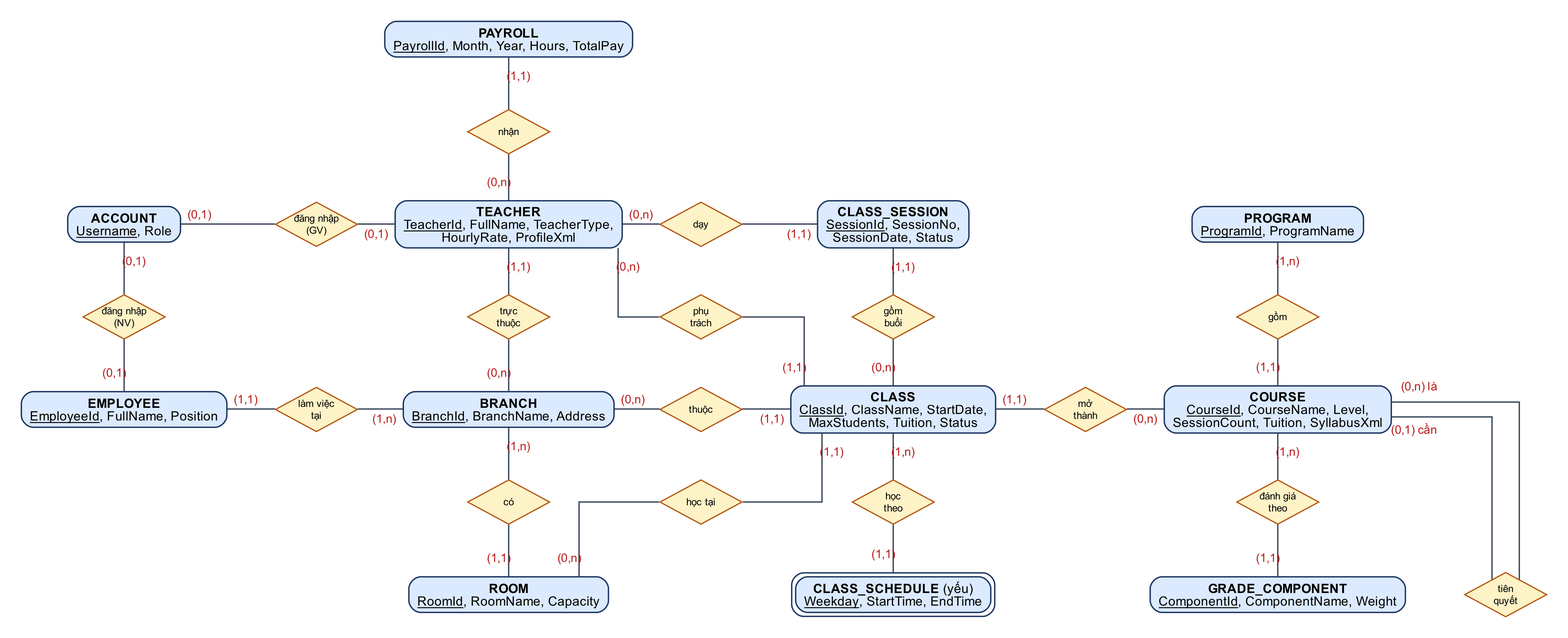
nhutruong-uit/imcp keeps this Graphviz diagram as docs/report/images/diagrams/erd_1_organization_training.png. Above is the earlier version. Its source is kept beside it as docs/report/diagrams/erd_1_organization_training.dot. The source it was exported from:
```dot
graph ERD1 {
  graph [layout=neato, splines=ortho, fontname="Arial", pad=0.3, dpi=220, outputorder=edgesfirst];
  node  [fontname="Arial", fontsize=13, pin=true];
  edge  [fontname="Arial", fontsize=12, color="#334155", penwidth=1.3, labelfontcolor="#B91C1C", labelfontsize=12,
         labeldistance=2.1, labelangle=28];

  node [shape=box, style="filled,rounded", fillcolor="#DBEAFE", color="#1F3864", penwidth=1.4, margin="0.12,0.06"];
  PAYROLL [pos="5.4,7.8!", label=<<B>PAYROLL</B><BR/><U>PayrollId</U>, Month, Year, Hours, TotalPay>];
  ACCOUNT [pos="0,5.2!", label=<<B>ACCOUNT</B><BR/><U>Username</U>, Role>];
  TEACHER [pos="5.4,5.2!", label=<<B>TEACHER</B><BR/><U>TeacherId</U>, FullName, TeacherType,<BR/>HourlyRate, ProfileXml>];
  CLASS_SESSION [pos="10.8,5.2!", label=<<B>CLASS_SESSION</B><BR/><U>SessionId</U>, SessionNo,<BR/>SessionDate, Status>];
  PROGRAM [pos="16.2,5.2!", label=<<B>PROGRAM</B><BR/><U>ProgramId</U>, ProgramName>];
  EMPLOYEE [pos="0,2.6!", label=<<B>EMPLOYEE</B><BR/><U>EmployeeId</U>, FullName, Position>];
  BRANCH [pos="5.4,2.6!", label=<<B>BRANCH</B><BR/><U>BranchId</U>, BranchName, Address>];
  CLASS [pos="10.8,2.6!", label=<<B>CLASS</B><BR/><U>ClassId</U>, ClassName, StartDate,<BR/>MaxStudents, Tuition, Status>];
  COURSE [pos="16.2,2.6!", label=<<B>COURSE</B><BR/><U>CourseId</U>, CourseName, Level,<BR/>SessionCount, Tuition, SyllabusXml>];
  ROOM [pos="5.4,0!", label=<<B>ROOM</B><BR/><U>RoomId</U>, RoomName, Capacity>];
  CLASS_SCHEDULE [pos="10.8,0!", label=<<B>CLASS_SCHEDULE</B> (yếu)<BR/><U>Weekday</U>, StartTime, EndTime>, peripheries=2];
  GRADE_COMPONENT [pos="16.2,0!", label=<<B>GRADE_COMPONENT</B><BR/><U>ComponentId</U>, ComponentName, Weight>];

  node [shape=diamond, style=filled, fillcolor="#FEF3C7", color="#B45309", penwidth=1.2, fontsize=10, width=1.15, height=0.62, margin=0];
  r_luong [pos="5.4,6.5!", label="nhận"];
  r_tkGV [pos="2.7,5.2!", label="đăng nhập\n(GV)"];
  r_day [pos="8.1,5.2!", label="dạy"];
  r_tkNV [pos="0,3.9!", label="đăng nhập\n(NV)"];
  r_ql [pos="5.4,3.9!", label="trực\nthuộc"];
  r_pt [pos="8.1,3.9!", label="phụ\ntrách"];
  r_gom2 [pos="10.8,3.9!", label="gồm\nbuổi"];
  r_gom [pos="16.2,3.9!", label="gồm"];
  r_tuyen [pos="2.7,2.6!", label="làm việc\ntại"];
  r_cn [pos="8.1,2.6!", label="thuộc"];
  r_mo [pos="13.5,2.6!", label="mở\nthành"];
  r_tq [pos="19.4,0!", label="tiên\nquyết"];
  r_co [pos="5.4,1.3!", label="có"];
  r_ph [pos="8.1,1.3!", label="học tại"];
  r_lich [pos="10.8,1.3!", label="học\ntheo"];
  r_dg [pos="16.2,1.3!", label="đánh giá\ntheo"];

  TEACHER -- r_luong [taillabel="(0,n)"]; r_luong -- PAYROLL [headlabel="(1,1)"];
  ACCOUNT -- r_tkGV [taillabel="(0,1)"]; r_tkGV -- TEACHER [headlabel="(0,1)"];
  TEACHER -- r_day [taillabel="(0,n)"]; r_day -- CLASS_SESSION [headlabel="(1,1)"];
  ACCOUNT -- r_tkNV [taillabel="(0,1)"]; r_tkNV -- EMPLOYEE [headlabel="(0,1)"];
  TEACHER -- r_ql [taillabel="(1,1)"]; r_ql -- BRANCH [headlabel="(0,n)"];
  TEACHER -- r_pt [taillabel="(0,n)"]; r_pt -- CLASS [headlabel="(1,1)"];
  CLASS -- r_gom2 [taillabel="(0,n)"]; r_gom2 -- CLASS_SESSION [headlabel="(1,1)"];
  PROGRAM -- r_gom [taillabel="(1,n)"]; r_gom -- COURSE [headlabel="(1,1)"];
  EMPLOYEE -- r_tuyen [taillabel="(1,1)"]; r_tuyen -- BRANCH [headlabel="(1,n)"];
  CLASS -- r_cn [taillabel="(1,1)"]; r_cn -- BRANCH [headlabel="(0,n)"];
  COURSE -- r_mo [taillabel="(0,n)"]; r_mo -- CLASS [headlabel="(1,1)"];
  COURSE -- r_tq [taillabel="(0,1) cần", labelangle=-30, labeldistance=2.6]; r_tq -- COURSE [headlabel="(0,n) là", labelangle=30, labeldistance=3.2];
  BRANCH -- r_co [taillabel="(1,n)"]; r_co -- ROOM [headlabel="(1,1)"];
  CLASS -- r_ph [taillabel="(1,1)"]; r_ph -- ROOM [headlabel="(0,n)"];
  CLASS -- r_lich [taillabel="(1,n)"]; r_lich -- CLASS_SCHEDULE [headlabel="(1,1)"];
  COURSE -- r_dg [taillabel="(1,n)"]; r_dg -- GRADE_COMPONENT [headlabel="(1,1)"];
}
```
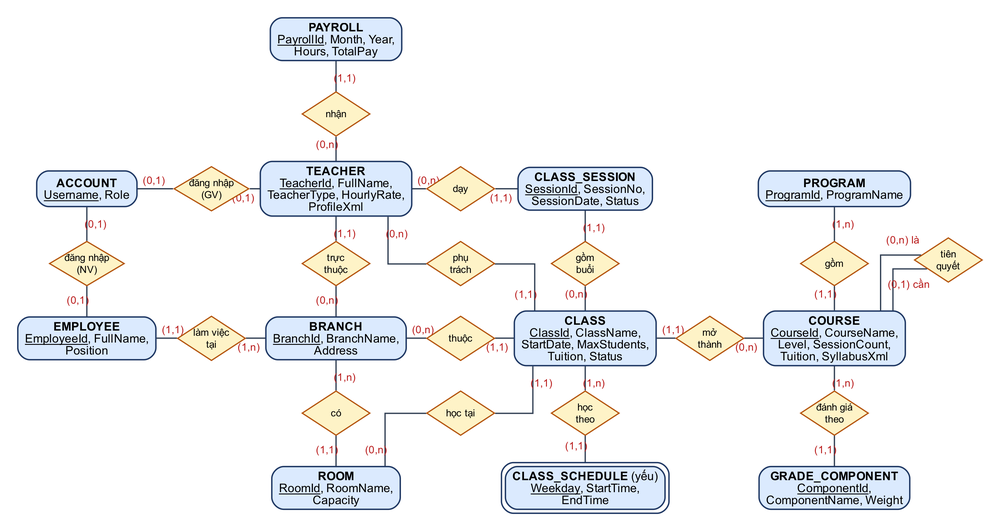
After the change.

Change to the diagram source:
```diff
@@ -1,40 +1,40 @@
 graph ERD1 {
-  graph [layout=neato, splines=ortho, fontname="Arial", pad=0.3, dpi=220, outputorder=edgesfirst];
-  node  [fontname="Arial", fontsize=13, pin=true];
-  edge  [fontname="Arial", fontsize=12, color="#334155", penwidth=1.3, labelfontcolor="#B91C1C", labelfontsize=12,
-         labeldistance=2.1, labelangle=28];
+  graph [layout=neato, splines=ortho, fontname="Arial", pad=0.25, dpi=220, outputorder=edgesfirst];
+  node  [fontname="Arial", fontsize=12, pin=true];
+  edge  [fontname="Arial", fontsize=10.5, color="#334155", penwidth=1.3, labelfontcolor="#B91C1C", labelfontsize=10.5,
+         labeldistance=1.9, labelangle=28];
 
-  node [shape=box, style="filled,rounded", fillcolor="#DBEAFE", color="#1F3864", penwidth=1.4, margin="0.12,0.06"];
-  PAYROLL [pos="5.4,7.8!", label=<<B>PAYROLL</B><BR/><U>PayrollId</U>, Month, Year, Hours, TotalPay>];
-  ACCOUNT [pos="0,5.2!", label=<<B>ACCOUNT</B><BR/><U>Username</U>, Role>];
-  TEACHER [pos="5.4,5.2!", label=<<B>TEACHER</B><BR/><U>TeacherId</U>, FullName, TeacherType,<BR/>HourlyRate, ProfileXml>];
-  CLASS_SESSION [pos="10.8,5.2!", label=<<B>CLASS_SESSION</B><BR/><U>SessionId</U>, SessionNo,<BR/>SessionDate, Status>];
-  PROGRAM [pos="16.2,5.2!", label=<<B>PROGRAM</B><BR/><U>ProgramId</U>, ProgramName>];
-  EMPLOYEE [pos="0,2.6!", label=<<B>EMPLOYEE</B><BR/><U>EmployeeId</U>, FullName, Position>];
-  BRANCH [pos="5.4,2.6!", label=<<B>BRANCH</B><BR/><U>BranchId</U>, BranchName, Address>];
-  CLASS [pos="10.8,2.6!", label=<<B>CLASS</B><BR/><U>ClassId</U>, ClassName, StartDate,<BR/>MaxStudents, Tuition, Status>];
-  COURSE [pos="16.2,2.6!", label=<<B>COURSE</B><BR/><U>CourseId</U>, CourseName, Level,<BR/>SessionCount, Tuition, SyllabusXml>];
-  ROOM [pos="5.4,0!", label=<<B>ROOM</B><BR/><U>RoomId</U>, RoomName, Capacity>];
-  CLASS_SCHEDULE [pos="10.8,0!", label=<<B>CLASS_SCHEDULE</B> (yếu)<BR/><U>Weekday</U>, StartTime, EndTime>, peripheries=2];
-  GRADE_COMPONENT [pos="16.2,0!", label=<<B>GRADE_COMPONENT</B><BR/><U>ComponentId</U>, ComponentName, Weight>];
+  node [shape=box, style="filled,rounded", fillcolor="#DBEAFE", color="#1F3864", penwidth=1.4, margin="0.1,0.05"];
+  PAYROLL [pos="3.5,6.3!", label=<<B>PAYROLL</B><BR/><U>PayrollId</U>, Month, Year,<BR/>Hours, TotalPay>];
+  ACCOUNT [pos="0,4.2!", label=<<B>ACCOUNT</B><BR/><U>Username</U>, Role>];
+  TEACHER [pos="3.5,4.2!", label=<<B>TEACHER</B><BR/><U>TeacherId</U>, FullName,<BR/>TeacherType, HourlyRate,<BR/>ProfileXml>];
+  CLASS_SESSION [pos="7,4.2!", label=<<B>CLASS_SESSION</B><BR/><U>SessionId</U>, SessionNo,<BR/>SessionDate, Status>];
+  PROGRAM [pos="10.5,4.2!", label=<<B>PROGRAM</B><BR/><U>ProgramId</U>, ProgramName>];
+  EMPLOYEE [pos="0,2.1!", label=<<B>EMPLOYEE</B><BR/><U>EmployeeId</U>, FullName,<BR/>Position>];
+  BRANCH [pos="3.5,2.1!", label=<<B>BRANCH</B><BR/><U>BranchId</U>, BranchName,<BR/>Address>];
+  CLASS [pos="7,2.1!", label=<<B>CLASS</B><BR/><U>ClassId</U>, ClassName,<BR/>StartDate, MaxStudents,<BR/>Tuition, Status>];
+  COURSE [pos="10.5,2.1!", label=<<B>COURSE</B><BR/><U>CourseId</U>, CourseName,<BR/>Level, SessionCount,<BR/>Tuition, SyllabusXml>];
+  ROOM [pos="3.5,0!", label=<<B>ROOM</B><BR/><U>RoomId</U>, RoomName,<BR/>Capacity>];
+  CLASS_SCHEDULE [pos="7,0!", label=<<B>CLASS_SCHEDULE</B> (yếu)<BR/><U>Weekday</U>, StartTime,<BR/>EndTime>, peripheries=2];
+  GRADE_COMPONENT [pos="10.5,0!", label=<<B>GRADE_COMPONENT</B><BR/><U>ComponentId</U>,<BR/>ComponentName, Weight>];
 
-  node [shape=diamond, style=filled, fillcolor="#FEF3C7", color="#B45309", penwidth=1.2, fontsize=10, width=1.15, height=0.62, margin=0];
-  r_luong [pos="5.4,6.5!", label="nhận"];
-  r_tkGV [pos="2.7,5.2!", label="đăng nhập\n(GV)"];
-  r_day [pos="8.1,5.2!", label="dạy"];
-  r_tkNV [pos="0,3.9!", label="đăng nhập\n(NV)"];
-  r_ql [pos="5.4,3.9!", label="trực\nthuộc"];
-  r_pt [pos="8.1,3.9!", label="phụ\ntrách"];
-  r_gom2 [pos="10.8,3.9!", label="gồm\nbuổi"];
-  r_gom [pos="16.2,3.9!", label="gồm"];
-  r_tuyen [pos="2.7,2.6!", label="làm việc\ntại"];
-  r_cn [pos="8.1,2.6!", label="thuộc"];
-  r_mo [pos="13.5,2.6!", label="mở\nthành"];
-  r_tq [pos="19.4,0!", label="tiên\nquyết"];
-  r_co [pos="5.4,1.3!", label="có"];
-  r_ph [pos="8.1,1.3!", label="học tại"];
-  r_lich [pos="10.8,1.3!", label="học\ntheo"];
-  r_dg [pos="16.2,1.3!", label="đánh giá\ntheo"];
+  node [shape=diamond, style=filled, fillcolor="#FEF3C7", color="#B45309", penwidth=1.2, fontsize=10, width=0.95, height=0.62, margin=0];
+  r_luong [pos="3.5,5.25!", label="nhận"];
+  r_tkGV [pos="1.75,4.2!", label="đăng nhập\n(GV)"];
+  r_day [pos="5.25,4.2!", label="dạy"];
+  r_tkNV [pos="0,3.15!", label="đăng nhập\n(NV)"];
+  r_ql [pos="3.5,3.15!", label="trực\nthuộc"];
+  r_pt [pos="5.25,3.15!", label="phụ\ntrách"];
+  r_gom2 [pos="7,3.15!", label="gồm\nbuổi"];
+  r_gom [pos="10.5,3.15!", label="gồm"];
+  r_tuyen [pos="1.75,2.1!", label="làm việc\ntại"];
+  r_cn [pos="5.25,2.1!", label="thuộc"];
+  r_mo [pos="8.75,2.1!", label="mở\nthành"];
+  r_tq [pos="12.1,3.2!", label="tiên\nquyết"];
+  r_co [pos="3.5,1.05!", label="có"];
+  r_ph [pos="5.25,1.05!", label="học tại"];
+  r_lich [pos="7,1.05!", label="học\ntheo"];
+  r_dg [pos="10.5,1.05!", label="đánh giá\ntheo"];
 
   TEACHER -- r_luong [taillabel="(0,n)"]; r_luong -- PAYROLL [headlabel="(1,1)"];
   ACCOUNT -- r_tkGV [taillabel="(0,1)"]; r_tkGV -- TEACHER [headlabel="(0,1)"];
@@ -47,7 +47,7 @@
   EMPLOYEE -- r_tuyen [taillabel="(1,1)"]; r_tuyen -- BRANCH [headlabel="(1,n)"];
   CLASS -- r_cn [taillabel="(1,1)"]; r_cn -- BRANCH [headlabel="(0,n)"];
   COURSE -- r_mo [taillabel="(0,n)"]; r_mo -- CLASS [headlabel="(1,1)"];
-  COURSE -- r_tq [taillabel="(0,1) cần", labelangle=-30, labeldistance=2.6]; r_tq -- COURSE [headlabel="(0,n) là", labelangle=30, labeldistance=3.2];
+  COURSE -- r_tq [headlabel="(0,1) cần", labelangle=40, labeldistance=2.4]; r_tq -- COURSE [taillabel="(0,n) là", labelangle=-40, labeldistance=2.4];
   BRANCH -- r_co [taillabel="(1,n)"]; r_co -- ROOM [headlabel="(1,1)"];
   CLASS -- r_ph [taillabel="(1,1)"]; r_ph -- ROOM [headlabel="(0,n)"];
   CLASS -- r_lich [taillabel="(1,n)"]; r_lich -- CLASS_SCHEDULE [headlabel="(1,1)"];
```
